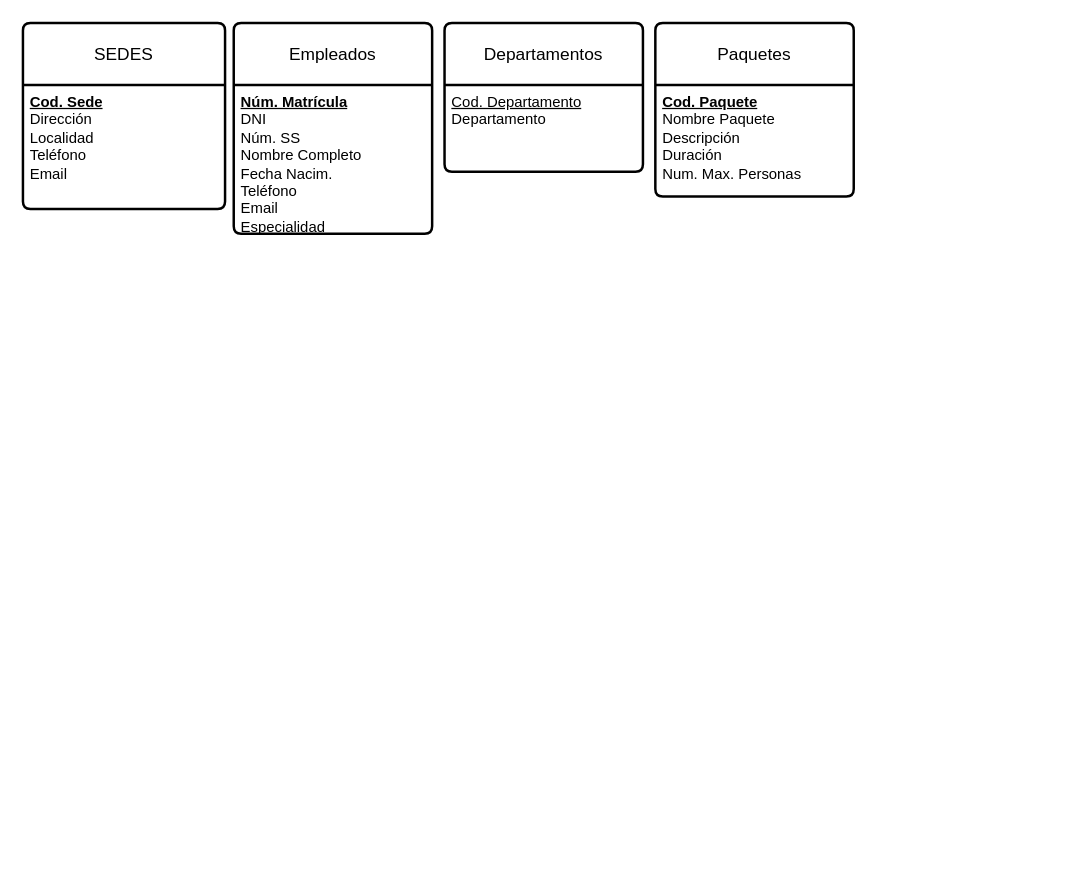
The draw.io diagram Bases de Datos/Actividad Empresa Ficticia/Diagramas varios/Diagrama Tablas básicas.drawio in Assmodulo/Daw1, before the edit. Source tidied: cells renumbered, new cells numbered last; positions are measured from the earlier drawing's top-left corner, leaving out a move shared by most shapes. Both pictures are drawn from the tidied source at 124%, with x=0, y=0 at pixel (22, 22).
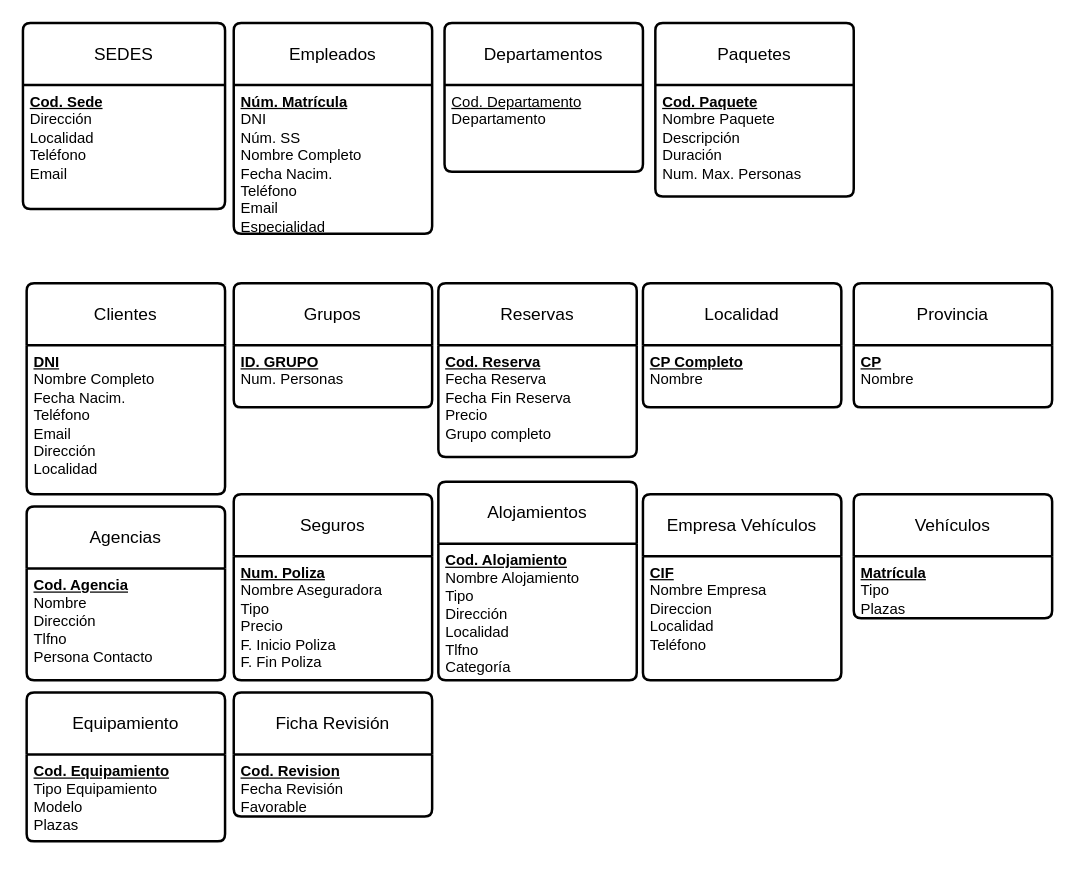
After the change.

What changed in the source:
```diff
@@
+    <mxCell id="10" value="Clientes" style="swimlane;horizontal=1;startSize=50;rounded=1;fontSize=14;fontStyle=0;strokeWidth=2;shadow=0;dashed=0;align=center;arcSize=4;whiteSpace=wrap;html=1;" parent="1" vertex="1">
+      <mxGeometry x="3" y="210" width="160" height="170" as="geometry" />
+    </mxCell>
+    <mxCell id="11" value="&lt;b&gt;&lt;u&gt;DNI&lt;/u&gt;&lt;/b&gt;&lt;div&gt;&lt;span style=&quot;background-color: initial;&quot;&gt;Nombre Completo&lt;/span&gt;&lt;br&gt;&lt;/div&gt;&lt;div&gt;Fecha Nacim.&lt;/div&gt;&lt;div&gt;Teléfono&lt;/div&gt;&lt;div&gt;Email&lt;/div&gt;&lt;div&gt;Dirección&lt;/div&gt;&lt;div&gt;Localidad&lt;/div&gt;" style="align=left;strokeColor=none;fillColor=none;spacingLeft=4;fontSize=12;verticalAlign=top;html=1;" parent="10" vertex="1">
+      <mxGeometry y="50" width="160" height="120" as="geometry" />
+    </mxCell>
+    <mxCell id="12" value="Grupos" style="swimlane;horizontal=1;startSize=50;rounded=1;fontSize=14;fontStyle=0;strokeWidth=2;shadow=0;dashed=0;align=center;arcSize=4;whiteSpace=wrap;html=1;" parent="1" vertex="1">
+      <mxGeometry x="170" y="210" width="160" height="100" as="geometry" />
+    </mxCell>
+    <mxCell id="13" value="&lt;b&gt;&lt;u&gt;ID. GRUPO&lt;/u&gt;&lt;/b&gt;&lt;div&gt;Num. Personas&lt;/div&gt;&lt;div&gt;&lt;br&gt;&lt;/div&gt;" style="align=left;strokeColor=none;fillColor=none;spacingLeft=4;fontSize=12;verticalAlign=top;html=1;" parent="12" vertex="1">
+      <mxGeometry y="50" width="160" height="50" as="geometry" />
+    </mxCell>
+    <mxCell id="14" value="Reservas" style="swimlane;horizontal=1;startSize=50;rounded=1;fontSize=14;fontStyle=0;strokeWidth=2;shadow=0;dashed=0;align=center;arcSize=4;whiteSpace=wrap;html=1;" parent="1" vertex="1">
+      <mxGeometry x="335" y="210" width="160" height="140" as="geometry" />
+    </mxCell>
+    <mxCell id="15" value="&lt;b&gt;&lt;u&gt;Cod. Reserva&lt;/u&gt;&lt;/b&gt;&lt;div&gt;Fecha Reserva&lt;/div&gt;&lt;div&gt;Fecha Fin Reserva&lt;/div&gt;&lt;div&gt;Precio&lt;/div&gt;&lt;div&gt;Grupo completo&lt;/div&gt;" style="align=left;strokeColor=none;fillColor=none;spacingLeft=4;fontSize=12;verticalAlign=top;html=1;" parent="14" vertex="1">
+      <mxGeometry y="50" width="160" height="90" as="geometry" />
+    </mxCell>
+    <mxCell id="16" value="Localidad" style="swimlane;horizontal=1;startSize=50;rounded=1;fontSize=14;fontStyle=0;strokeWidth=2;shadow=0;dashed=0;align=center;arcSize=4;whiteSpace=wrap;html=1;" parent="1" vertex="1">
+      <mxGeometry x="500" y="210" width="160" height="100" as="geometry" />
+    </mxCell>
+    <mxCell id="17" value="&lt;b&gt;&lt;u&gt;CP Completo&lt;/u&gt;&lt;/b&gt;&lt;div&gt;Nombre&lt;/div&gt;&lt;div&gt;&lt;br&gt;&lt;/div&gt;" style="align=left;strokeColor=none;fillColor=none;spacingLeft=4;fontSize=12;verticalAlign=top;html=1;" parent="16" vertex="1">
+      <mxGeometry y="50" width="160" height="50" as="geometry" />
+    </mxCell>
+    <mxCell id="18" value="Provincia" style="swimlane;horizontal=1;startSize=50;rounded=1;fontSize=14;fontStyle=0;strokeWidth=2;shadow=0;dashed=0;align=center;arcSize=4;whiteSpace=wrap;html=1;" parent="1" vertex="1">
+      <mxGeometry x="670" y="210" width="160" height="100" as="geometry" />
+    </mxCell>
+    <mxCell id="19" value="&lt;div&gt;&lt;b&gt;&lt;u&gt;CP&lt;/u&gt;&lt;/b&gt;&lt;/div&gt;&lt;div&gt;Nombre&lt;/div&gt;" style="align=left;strokeColor=none;fillColor=none;spacingLeft=4;fontSize=12;verticalAlign=top;html=1;" parent="18" vertex="1">
+      <mxGeometry y="50" width="160" height="50" as="geometry" />
+    </mxCell>
+    <mxCell id="20" value="Agencias" style="swimlane;horizontal=1;startSize=50;rounded=1;fontSize=14;fontStyle=0;strokeWidth=2;shadow=0;dashed=0;align=center;arcSize=4;whiteSpace=wrap;html=1;" parent="1" vertex="1">
+      <mxGeometry x="3" y="390" width="160" height="140" as="geometry" />
+    </mxCell>
+    <mxCell id="21" value="&lt;b&gt;&lt;u&gt;Cod. Agencia&lt;/u&gt;&lt;/b&gt;&lt;div&gt;Nombre&lt;/div&gt;&lt;div&gt;Dirección&lt;/div&gt;&lt;div&gt;Tlfno&lt;/div&gt;&lt;div&gt;Persona Contacto&lt;/div&gt;" style="align=left;strokeColor=none;fillColor=none;spacingLeft=4;fontSize=12;verticalAlign=top;html=1;" parent="20" vertex="1">
+      <mxGeometry y="50" width="160" height="90" as="geometry" />
+    </mxCell>
+    <mxCell id="22" value="Seguros" style="swimlane;horizontal=1;startSize=50;rounded=1;fontSize=14;fontStyle=0;strokeWidth=2;shadow=0;dashed=0;align=center;arcSize=4;whiteSpace=wrap;html=1;" parent="1" vertex="1">
+      <mxGeometry x="170" y="380" width="160" height="150" as="geometry" />
+    </mxCell>
+    <mxCell id="23" value="&lt;b&gt;&lt;u&gt;Num. Poliza&lt;/u&gt;&lt;/b&gt;&lt;div&gt;&lt;div&gt;Nombre Aseguradora&lt;/div&gt;&lt;div&gt;Tipo&lt;/div&gt;&lt;div&gt;Precio&lt;/div&gt;&lt;div&gt;F. Inicio Poliza&lt;/div&gt;&lt;div&gt;F. Fin Poliza&lt;/div&gt;&lt;/div&gt;" style="align=left;strokeColor=none;fillColor=none;spacingLeft=4;fontSize=12;verticalAlign=top;html=1;" parent="22" vertex="1">
+      <mxGeometry y="50" width="160" height="100" as="geometry" />
+    </mxCell>
+    <mxCell id="24" value="Alojamientos" style="swimlane;horizontal=1;startSize=50;rounded=1;fontSize=14;fontStyle=0;strokeWidth=2;shadow=0;dashed=0;align=center;arcSize=4;whiteSpace=wrap;html=1;" parent="1" vertex="1">
+      <mxGeometry x="335" y="370" width="160" height="160" as="geometry" />
+    </mxCell>
+    <mxCell id="25" value="&lt;div&gt;&lt;b&gt;&lt;u&gt;Cod. Alojamiento&lt;/u&gt;&lt;/b&gt;&lt;/div&gt;&lt;div&gt;Nombre Alojamiento&lt;/div&gt;&lt;div&gt;Tipo&lt;/div&gt;&lt;div&gt;Dirección&lt;/div&gt;&lt;div&gt;Localidad&lt;/div&gt;&lt;div&gt;Tlfno&lt;/div&gt;&lt;div&gt;Categoría&lt;/div&gt;&lt;div&gt;&lt;br&gt;&lt;/div&gt;" style="align=left;strokeColor=none;fillColor=none;spacingLeft=4;fontSize=12;verticalAlign=top;html=1;" parent="24" vertex="1">
+      <mxGeometry y="50" width="160" height="110" as="geometry" />
+    </mxCell>
+    <mxCell id="26" value="Empresa Vehículos" style="swimlane;horizontal=1;startSize=50;rounded=1;fontSize=14;fontStyle=0;strokeWidth=2;shadow=0;dashed=0;align=center;arcSize=4;whiteSpace=wrap;html=1;" parent="1" vertex="1">
+      <mxGeometry x="500" y="380" width="160" height="150" as="geometry" />
+    </mxCell>
+    <mxCell id="27" value="&lt;b&gt;&lt;u&gt;CIF&lt;/u&gt;&lt;/b&gt;&lt;div&gt;&lt;div&gt;Nombre Empresa&lt;/div&gt;&lt;div&gt;Direccion&lt;/div&gt;&lt;div&gt;Localidad&lt;/div&gt;&lt;div&gt;Teléfono&lt;/div&gt;&lt;div&gt;&lt;br&gt;&lt;/div&gt;&lt;/div&gt;" style="align=left;strokeColor=none;fillColor=none;spacingLeft=4;fontSize=12;verticalAlign=top;html=1;" parent="26" vertex="1">
+      <mxGeometry y="50" width="160" height="100" as="geometry" />
+    </mxCell>
+    <mxCell id="28" value="Vehículos" style="swimlane;horizontal=1;startSize=50;rounded=1;fontSize=14;fontStyle=0;strokeWidth=2;shadow=0;dashed=0;align=center;arcSize=4;whiteSpace=wrap;html=1;" parent="1" vertex="1">
+      <mxGeometry x="670" y="380" width="160" height="100" as="geometry" />
+    </mxCell>
+    <mxCell id="29" value="&lt;b&gt;&lt;u&gt;Matrícula&lt;/u&gt;&lt;/b&gt;&lt;br&gt;&lt;div&gt;&lt;div&gt;Tipo&lt;/div&gt;&lt;div&gt;Plazas&lt;/div&gt;&lt;div&gt;&lt;br&gt;&lt;/div&gt;&lt;/div&gt;" style="align=left;strokeColor=none;fillColor=none;spacingLeft=4;fontSize=12;verticalAlign=top;html=1;" parent="28" vertex="1">
+      <mxGeometry y="50" width="160" height="50" as="geometry" />
+    </mxCell>
+    <mxCell id="30" value="Equipamiento" style="swimlane;horizontal=1;startSize=50;rounded=1;fontSize=14;fontStyle=0;strokeWidth=2;shadow=0;dashed=0;align=center;arcSize=4;whiteSpace=wrap;html=1;" parent="1" vertex="1">
+      <mxGeometry x="3" y="540" width="160" height="120" as="geometry" />
+    </mxCell>
+    <mxCell id="31" value="&lt;b&gt;&lt;u&gt;Cod. Equipamiento&lt;/u&gt;&lt;/b&gt;&lt;br&gt;&lt;div&gt;&lt;div&gt;Tipo Equipamiento&lt;/div&gt;&lt;div&gt;Modelo&lt;/div&gt;&lt;div&gt;Plazas&lt;/div&gt;&lt;div&gt;&lt;br&gt;&lt;/div&gt;&lt;/div&gt;" style="align=left;strokeColor=none;fillColor=none;spacingLeft=4;fontSize=12;verticalAlign=top;html=1;" parent="30" vertex="1">
+      <mxGeometry y="50" width="160" height="70" as="geometry" />
+    </mxCell>
+    <mxCell id="32" value="Ficha Revisión" style="swimlane;horizontal=1;startSize=50;rounded=1;fontSize=14;fontStyle=0;strokeWidth=2;shadow=0;dashed=0;align=center;arcSize=4;whiteSpace=wrap;html=1;" parent="1" vertex="1">
+      <mxGeometry x="170" y="540" width="160" height="100" as="geometry" />
+    </mxCell>
+    <mxCell id="33" value="&lt;b&gt;&lt;u&gt;Cod. Revision&lt;/u&gt;&lt;/b&gt;&lt;div&gt;&lt;div&gt;Fecha Revisión&lt;/div&gt;&lt;div&gt;Favorable&lt;/div&gt;&lt;/div&gt;" style="align=left;strokeColor=none;fillColor=none;spacingLeft=4;fontSize=12;verticalAlign=top;html=1;" parent="32" vertex="1">
+      <mxGeometry y="50" width="160" height="50" as="geometry" />
+    </mxCell>
```
